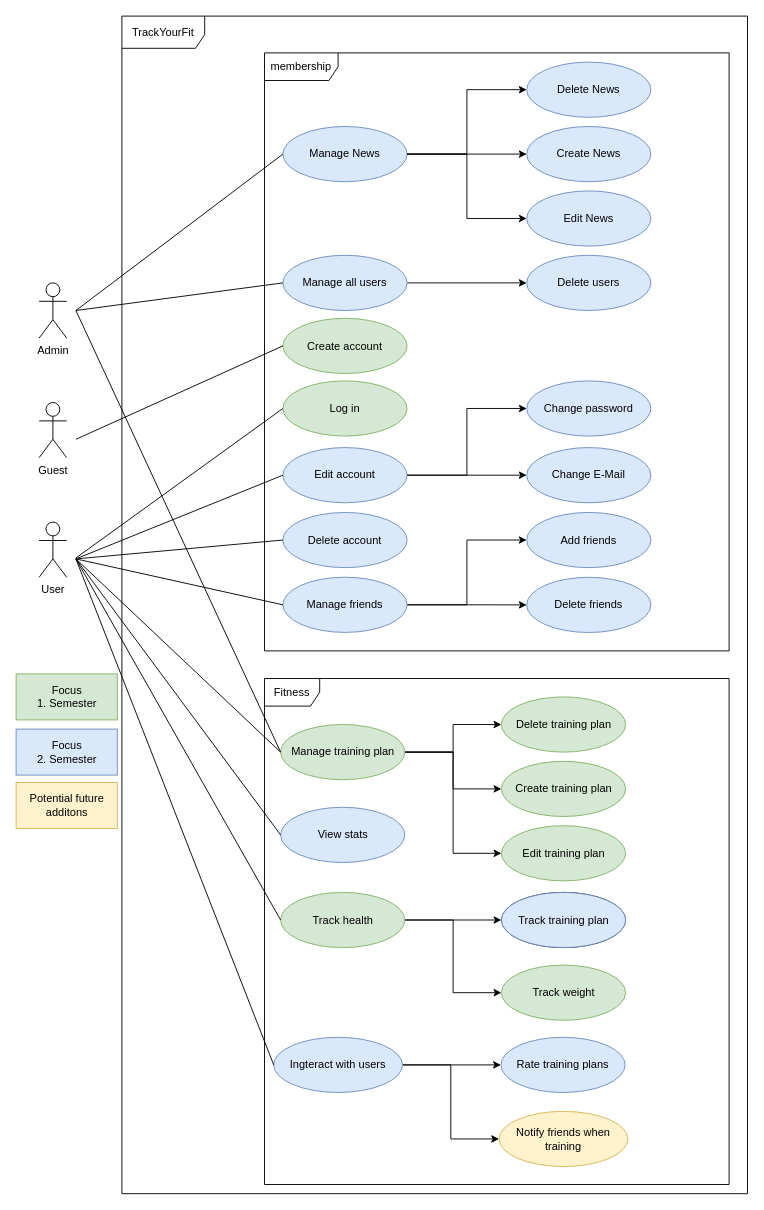
Above: Projectmanagement/UseCaseDiagram.drawio in Bronzila/TrackYourFit_docs (draw.io), before the change. Source tidied: cells renumbered, new cells numbered last; positions are measured from the earlier drawing's top-left corner, leaving out a move shared by most shapes. Both pictures are drawn from the tidied source at 92%, with x=0, y=0 at pixel (16, 16).
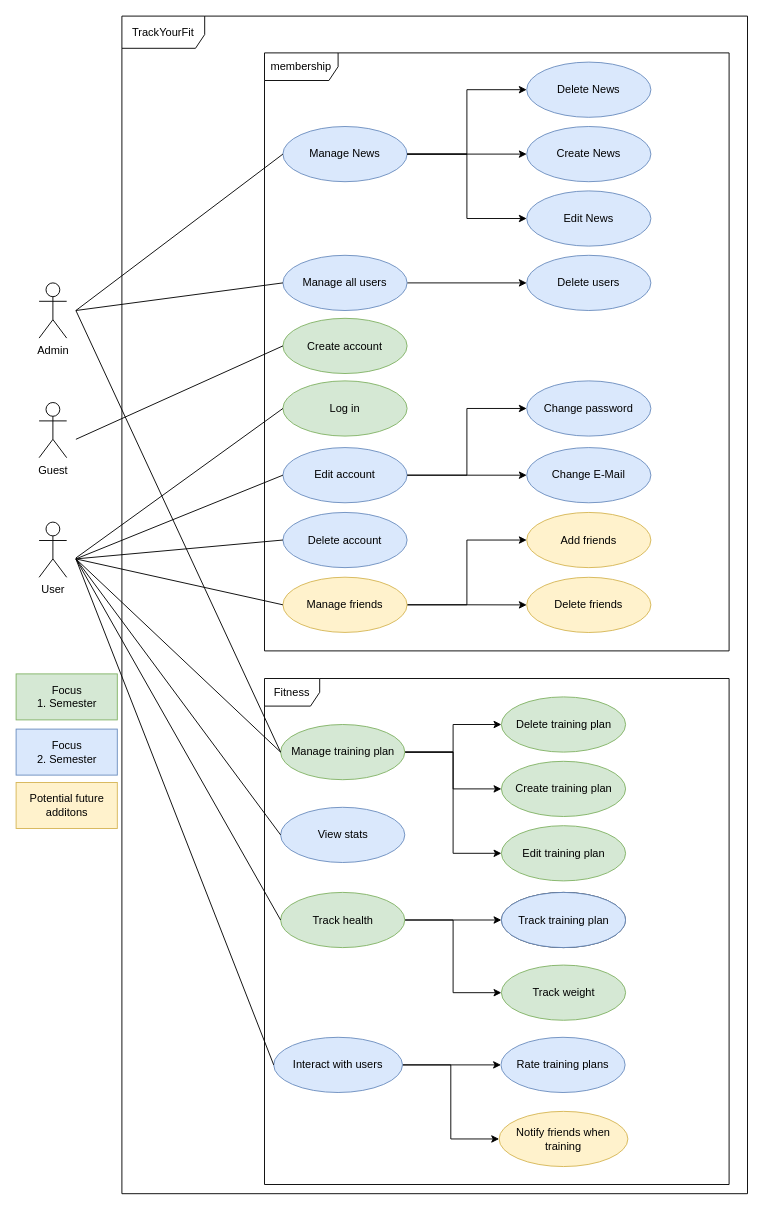
After the change.

Commit message:
Update UseCaseDiagram.drawio, spelling errors

What changed in the source:
```diff
@@
-    <mxCell id="24" value="Manage friends" style="ellipse;whiteSpace=wrap;html=1;fillColor=#dae8fc;strokeColor=#6c8ebf;" parent="1" vertex="1">
+    <mxCell id="24" value="Manage friends" style="ellipse;whiteSpace=wrap;html=1;fillColor=#fff2cc;strokeColor=#d6b656;" parent="1" vertex="1">
       <mxGeometry x="290" y="609.9" width="135" height="60" as="geometry" />
     </mxCell>
@@
-    <mxCell id="40" value="Ingteract with users" style="ellipse;whiteSpace=wrap;html=1;fillColor=#dae8fc;strokeColor=#6c8ebf;" parent="1" vertex="1">
+    <mxCell id="40" value="Interact with users" style="ellipse;whiteSpace=wrap;html=1;fillColor=#dae8fc;strokeColor=#6c8ebf;" parent="1" vertex="1">
       <mxGeometry x="280" y="1110" width="140" height="60" as="geometry" />
     </mxCell>
-    <mxCell id="41" value="Add friends" style="ellipse;whiteSpace=wrap;html=1;fillColor=#dae8fc;strokeColor=#6c8ebf;" parent="1" vertex="1">
+    <mxCell id="41" value="Add friends" style="ellipse;whiteSpace=wrap;html=1;fillColor=#fff2cc;strokeColor=#d6b656;" parent="1" vertex="1">
       <mxGeometry x="555" y="539.5" width="135" height="60" as="geometry" />
     </mxCell>
@@
-    <mxCell id="44" value="Delete friends" style="ellipse;whiteSpace=wrap;html=1;fillColor=#dae8fc;strokeColor=#6c8ebf;" parent="1" vertex="1">
+    <mxCell id="44" value="Delete friends" style="ellipse;whiteSpace=wrap;html=1;fillColor=#fff2cc;strokeColor=#d6b656;" parent="1" vertex="1">
       <mxGeometry x="555" y="610" width="135" height="60" as="geometry" />
     </mxCell>
```
